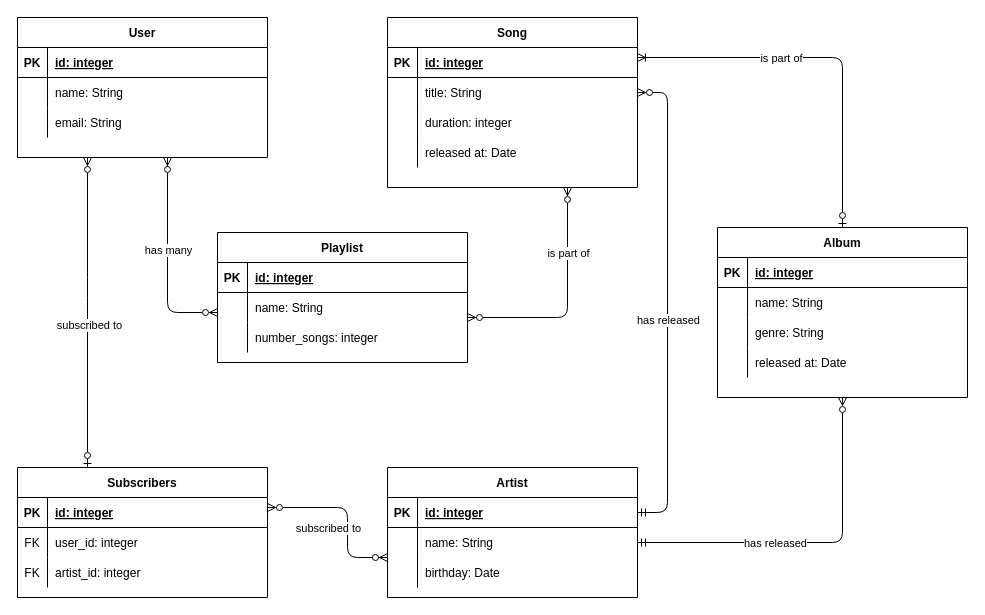
The draw.io diagram erd.drawio in SBakanow/hhn-db1-memeql, before the edit. Source tidied: cells renumbered, new cells numbered last; positions are measured from the earlier drawing's top-left corner, leaving out a move shared by most shapes. Both pictures are drawn from the tidied source at 100%, with x=0, y=0 at pixel (17, 17).
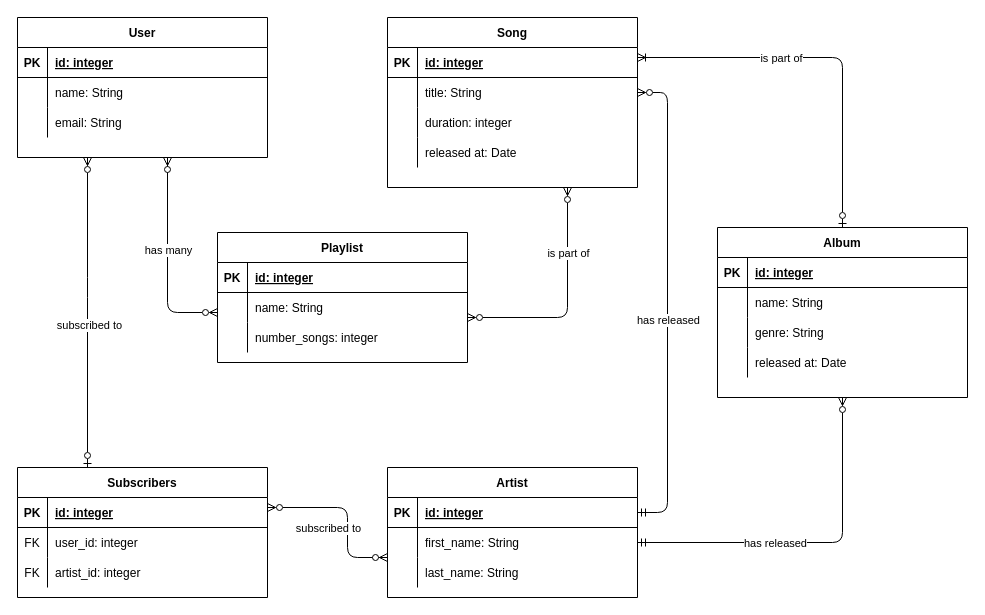
The same page after the edit.

The change refers to these unchanged cells:
```xml
<mxCell id="21" style="shape=partialRectangle;fillColor=none;points=[[0,0.5],[1,0.5]];portConstraint=eastwest;top=0;left=0;right=0;bottom=0;" parent="17" vertex="1">
  <mxGeometry y="60" width="250" height="30" as="geometry" />
</mxCell>
<mxCell id="24" style="shape=partialRectangle;fillColor=none;top=0;left=0;right=0;bottom=0;" parent="17" vertex="1">
  <mxGeometry y="90" width="250" height="30" as="geometry" />
</mxCell>
```

The edit, as a diff of the source:
```diff
@@
-    <mxCell id="23" value="name: String" style="shape=partialRectangle;overflow=hidden;fillColor=none;top=0;left=0;bottom=0;right=0;align=left;spacingLeft=6;" parent="21" vertex="1">
+    <mxCell id="23" value="first_name: String" style="shape=partialRectangle;overflow=hidden;fillColor=none;top=0;left=0;bottom=0;right=0;align=left;spacingLeft=6;" parent="21" vertex="1">
       <mxGeometry x="30" width="220" height="30" as="geometry" />
     </mxCell>
@@
-    <mxCell id="26" value="birthday: Date" style="shape=partialRectangle;overflow=hidden;fillColor=none;top=0;left=0;bottom=0;right=0;align=left;spacingLeft=6;" parent="24" vertex="1">
-      <mxGeometry x="30" width="220" height="30" as="geometry" />
-    </mxCell>
+    <mxCell id="82" value="last_name: String" style="shape=partialRectangle;overflow=hidden;fillColor=none;top=0;left=0;bottom=0;right=0;align=left;spacingLeft=6;" parent="24" vertex="1">
+      <mxGeometry x="30" width="220" height="30" as="geometry" />
+    </mxCell>
```
